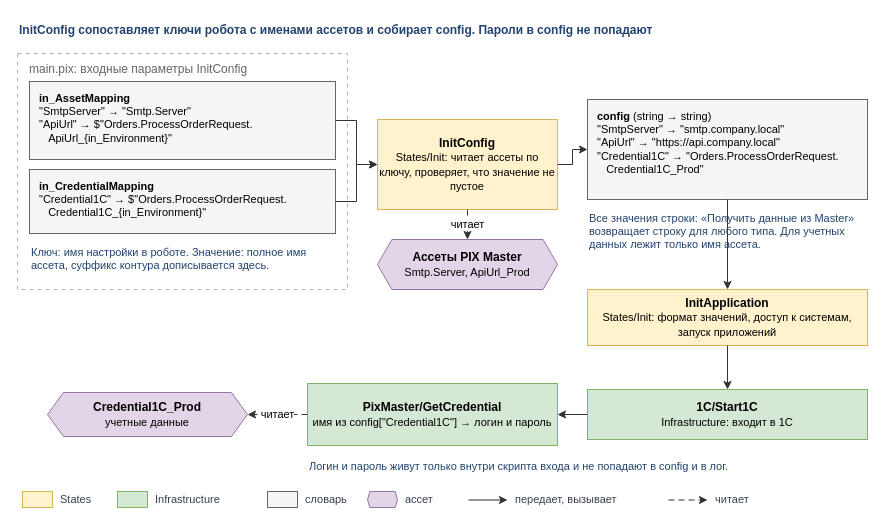
Before: page "config / config-init" (9 of 10) of images/diagrams.drawio in TheMrDJek/PixRpaDevelopmentConventions, a draw.io diagram. Source tidied: cells renumbered, new cells numbered last; positions are measured from the earlier drawing's top-left corner, leaving out a move shared by most shapes. Both pictures are drawn from the tidied source at 100%, with x=0, y=0 at pixel (17, 17).
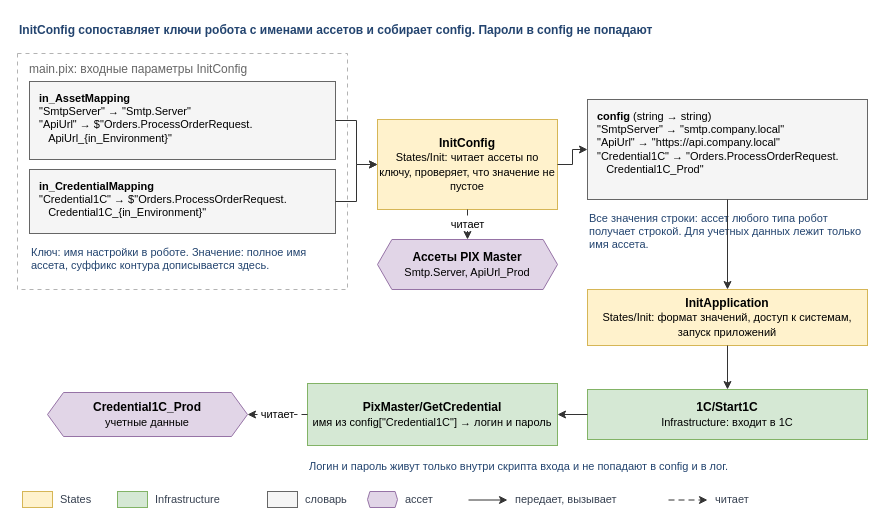
Above is the later version.

The edit, as a diff of the source:
```diff
@@
-    <mxCell id="14" value="Все значения строки: «Получить данные из Master» возвращает строку для любого типа. Для учетных данных лежит только имя ассета." style="text;strokeColor=none;fillColor=none;align=left;verticalAlign=top;fontSize=11;fontColor=#23446F;whiteSpace=wrap;html=1;fontFamily=Helvetica;" parent="1" vertex="1">
+    <mxCell id="14" value="Все значения строки: ассет любого типа робот получает строкой. Для учетных данных лежит только имя ассета." style="text;strokeColor=none;fillColor=none;align=left;verticalAlign=top;fontSize=11;fontColor=#23446F;whiteSpace=wrap;html=1;fontFamily=Helvetica;" parent="1" vertex="1">
       <mxGeometry x="570" y="188" width="280" height="56" as="geometry" />
     </mxCell>
```
